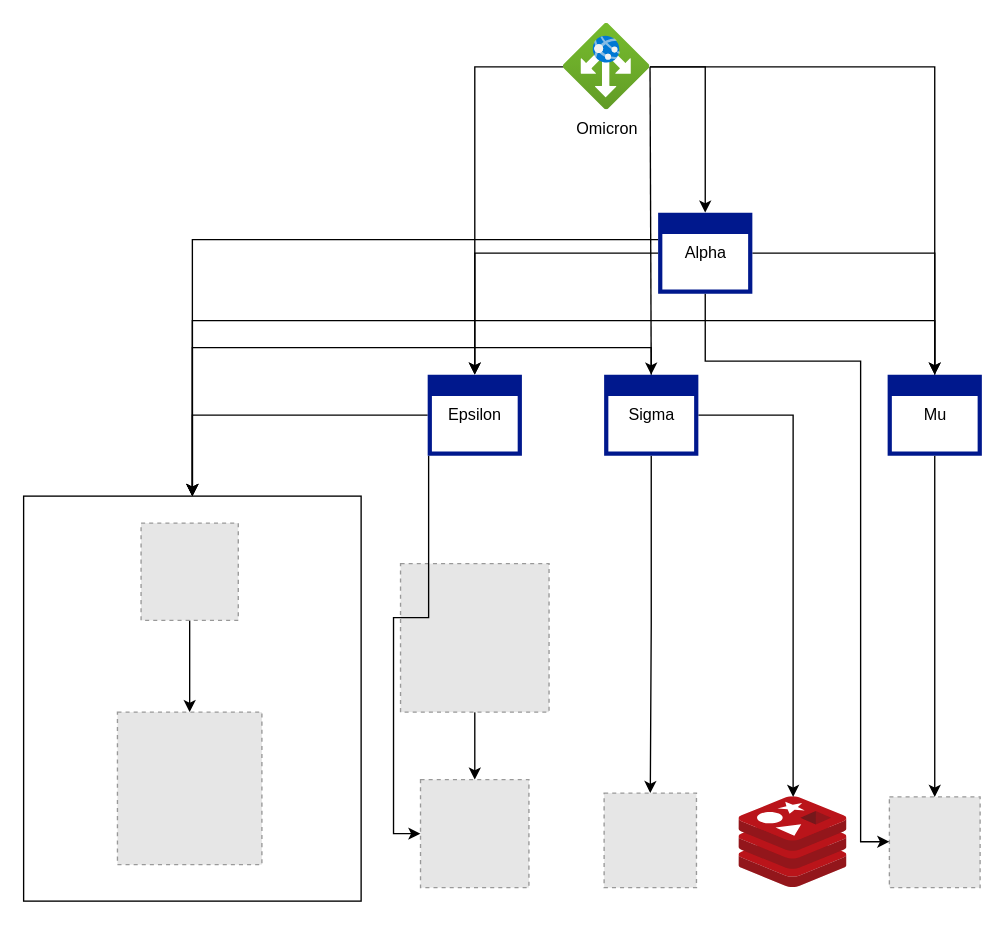
Earlier version of the draw.io diagram docs/architecture-diagram.drawio (beniaminzaborski/OpenTelemetry-Demo). Source tidied: cells renumbered, new cells numbered last; positions are measured from the earlier drawing's top-left corner, leaving out a move shared by most shapes. Both pictures are drawn from the tidied source at 135%, with x=0, y=0 at pixel (23, 23). Pictures stored in the file or linked from it are replaced by grey dashed boxes.
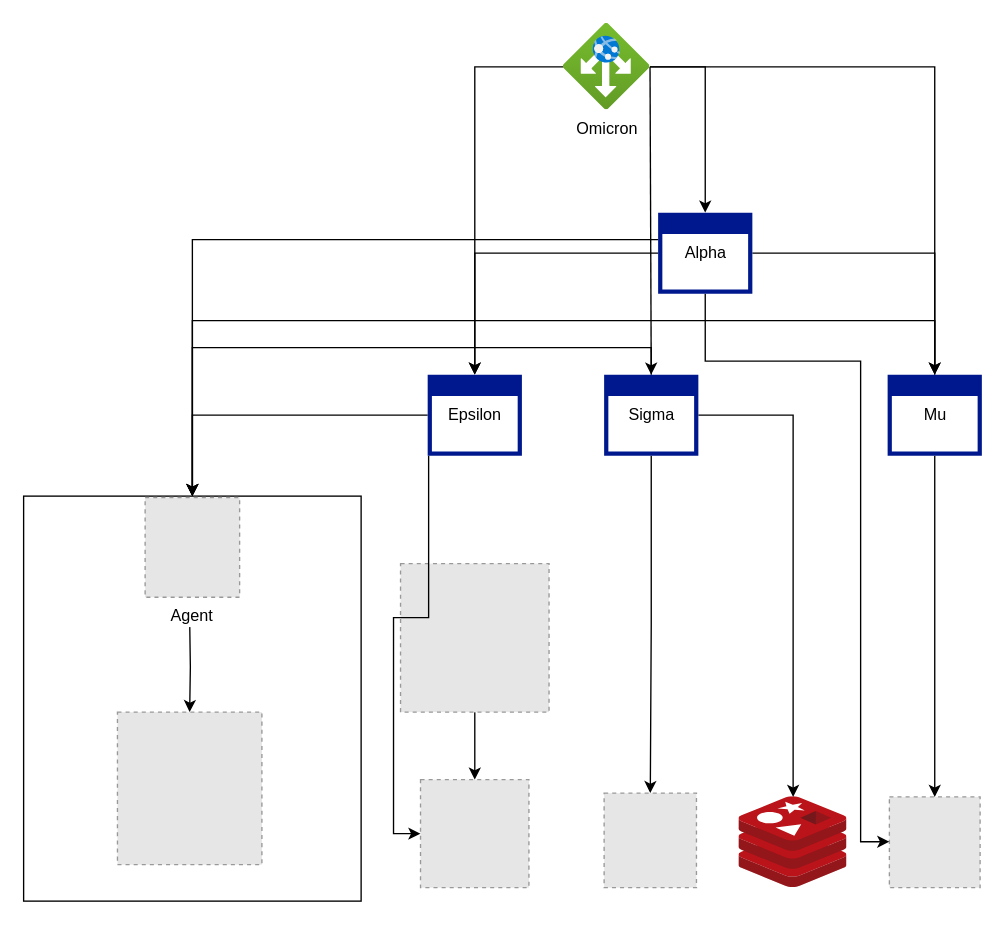
Above is the later version.

Commit message (it also covers changes not shown here):
Datadog Agent instead of OTEL Collector

Unchanged cells that the change refers to:
```xml
<mxCell id="31" style="fillColor=#E6E6E6;strokeColor=#999999;dashed=1;verticalLabelPosition=bottom;labelBackgroundColor=default;verticalAlign=top;" parent="1" vertex="1">
  <mxGeometry x="69.5" y="510" width="107" height="113" as="geometry" />
</mxCell>
```

The edit, as a diff of the source:
```diff
@@
-    <mxCell id="3" style="edgeStyle=orthogonalEdgeStyle;rounded=0;jettySize=auto;html=1;entryX=0.5;entryY=0;entryDx=0;entryDy=0;" parent="1" edge="1" source="4" target="31">
-      <mxGeometry relative="1" as="geometry" />
+    <mxCell id="3" style="edgeStyle=orthogonalEdgeStyle;rounded=0;jettySize=auto;html=1;entryX=0.5;entryY=0;entryDx=0;entryDy=0;" parent="1" edge="1" target="31">
+      <mxGeometry relative="1" as="geometry">
+        <mxPoint x="123" y="442" as="sourcePoint" />
+      </mxGeometry>
     </mxCell>
-    <mxCell id="4" style="fillColor=#E6E6E6;strokeColor=#999999;dashed=1;verticalLabelPosition=bottom;labelBackgroundColor=default;verticalAlign=top;" parent="1" vertex="1">
-      <mxGeometry x="87" y="370" width="72" height="72" as="geometry" />
-    </mxCell>
@@
+    <mxCell id="32" value="Agent" style="fillColor=#E6E6E6;strokeColor=#999999;dashed=1;verticalLabelPosition=bottom;labelBackgroundColor=default;verticalAlign=top;" parent="1" vertex="1">
+      <mxGeometry x="90" y="351" width="70" height="73.9" as="geometry" />
+    </mxCell>
```
